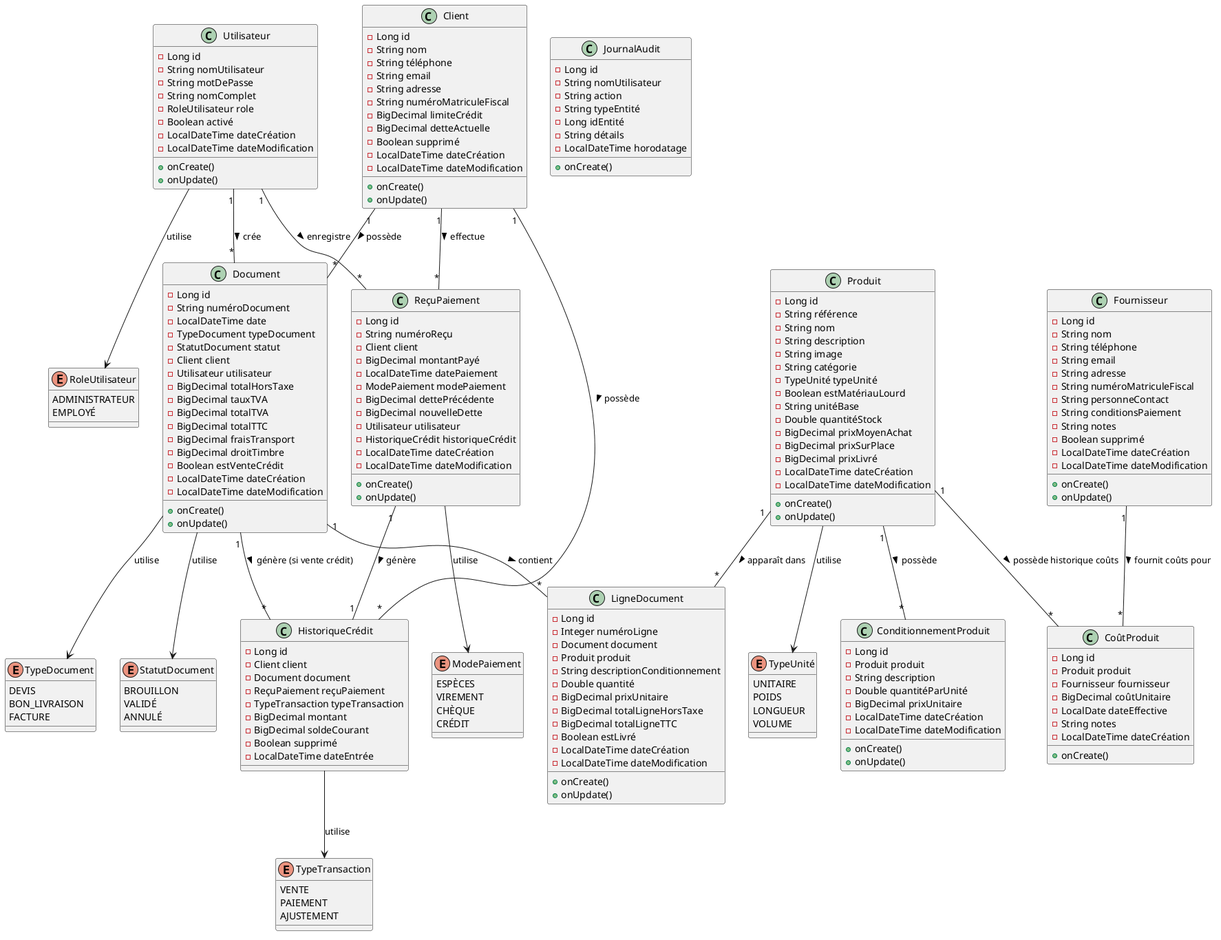
This is docs/images/Diagramme-Classes-Magasin-Materiaux.png from mAmineChniti/hardware_store, a PlantUML export, as it was before one commit. The source it was exported from:
```plantuml
@startuml Diagramme de Classes - Magasin de Matériaux


enum RoleUtilisateur {
  ADMINISTRATEUR
  EMPLOYÉ
}

enum TypeUnité {
  UNITAIRE
  POIDS
  LONGUEUR
  VOLUME
}

enum TypeDocument {
  DEVIS
  BON_LIVRAISON
  FACTURE
}

enum StatutDocument {
  BROUILLON
  VALIDÉ
  ANNULÉ
}

enum ModePaiement {
  ESPÈCES
  VIREMENT
  CHÈQUE
  CRÉDIT
}

enum TypeTransaction {
  VENTE
  PAIEMENT
  AJUSTEMENT
}


class Utilisateur {
  - Long id
  - String nomUtilisateur
  - String motDePasse
  - String nomComplet
  - RoleUtilisateur role
  - Boolean activé
  - LocalDateTime dateCréation
  - LocalDateTime dateModification
  + onCreate()
  + onUpdate()
}

class Client {
  - Long id
  - String nom
  - String téléphone
  - String email
  - String adresse
  - String numéroMatriculeFiscal
  - BigDecimal limiteCrédit
  - BigDecimal detteActuelle
  - Boolean supprimé
  - LocalDateTime dateCréation
  - LocalDateTime dateModification
  + onCreate()
  + onUpdate()
}

class Fournisseur {
  - Long id
  - String nom
  - String téléphone
  - String email
  - String adresse
  - String numéroMatriculeFiscal
  - String personneContact
  - String conditionsPaiement
  - String notes
  - Boolean supprimé
  - LocalDateTime dateCréation
  - LocalDateTime dateModification
  + onCreate()
  + onUpdate()
}

class Produit {
  - Long id
  - String référence
  - String nom
  - String description
  - String image
  - String catégorie
  - TypeUnité typeUnité
  - Boolean estMatériauLourd
  - String unitéBase
  - Double quantitéStock
  - BigDecimal prixMoyenAchat
  - BigDecimal prixSurPlace
  - BigDecimal prixLivré
  - LocalDateTime dateCréation
  - LocalDateTime dateModification
  + onCreate()
  + onUpdate()
}

class ConditionnementProduit {
  - Long id
  - Produit produit
  - String description
  - Double quantitéParUnité
  - BigDecimal prixUnitaire
  - LocalDateTime dateCréation
  - LocalDateTime dateModification
  + onCreate()
  + onUpdate()
}

class CoûtProduit {
  - Long id
  - Produit produit
  - Fournisseur fournisseur
  - BigDecimal coûtUnitaire
  - LocalDate dateEffective
  - String notes
  - LocalDateTime dateCréation
  + onCreate()
}

class Document {
  - Long id
  - String numéroDocument
  - LocalDateTime date
  - TypeDocument typeDocument
  - StatutDocument statut
  - Client client
  - Utilisateur utilisateur
  - BigDecimal totalHorsTaxe
  - BigDecimal tauxTVA
  - BigDecimal totalTVA
  - BigDecimal totalTTC
  - BigDecimal fraisTransport
  - BigDecimal droitTimbre
  - Boolean estVenteCrédit
  - LocalDateTime dateCréation
  - LocalDateTime dateModification
  + onCreate()
  + onUpdate()
}

class LigneDocument {
  - Long id
  - Integer numéroLigne
  - Document document
  - Produit produit
  - String descriptionConditionnement
  - Double quantité
  - BigDecimal prixUnitaire
  - BigDecimal totalLigneHorsTaxe
  - BigDecimal totalLigneTTC
  - Boolean estLivré
  - LocalDateTime dateCréation
  - LocalDateTime dateModification
  + onCreate()
  + onUpdate()
}

class ReçuPaiement {
  - Long id
  - String numéroReçu
  - Client client
  - BigDecimal montantPayé
  - LocalDateTime datePaiement
  - ModePaiement modePaiement
  - BigDecimal dettePrécédente
  - BigDecimal nouvelleDette
  - Utilisateur utilisateur
  - HistoriqueCrédit historiqueCrédit
  - LocalDateTime dateCréation
  - LocalDateTime dateModification
  + onCreate()
  + onUpdate()
}

class HistoriqueCrédit {
  - Long id
  - Client client
  - Document document
  - ReçuPaiement reçuPaiement
  - TypeTransaction typeTransaction
  - BigDecimal montant
  - BigDecimal soldeCourant
  - Boolean supprimé
  - LocalDateTime dateEntrée
}

class JournalAudit {
  - Long id
  - String nomUtilisateur
  - String action
  - String typeEntité
  - Long idEntité
  - String détails
  - LocalDateTime horodatage
  + onCreate()
}


Utilisateur --> RoleUtilisateur : utilise
Produit --> TypeUnité : utilise
Document --> TypeDocument : utilise
Document --> StatutDocument : utilise
ReçuPaiement --> ModePaiement : utilise
HistoriqueCrédit --> TypeTransaction : utilise

Utilisateur "1" -- "*" Document : crée >
Utilisateur "1" -- "*" ReçuPaiement : enregistre >

Client "1" -- "*" Document : possède >
Client "1" -- "*" ReçuPaiement : effectue >
Client "1" -- "*" HistoriqueCrédit : possède >

Produit "1" -- "*" ConditionnementProduit : possède >
Produit "1" -- "*" CoûtProduit : possède historique coûts >
Produit "1" -- "*" LigneDocument : apparaît dans >

Fournisseur "1" -- "*" CoûtProduit : fournit coûts pour >

Document "1" -- "*" LigneDocument : contient >
Document "1" -- "*" HistoriqueCrédit : génère (si vente crédit) >

ReçuPaiement "1" -- "1" HistoriqueCrédit : génère >

@enduml
```
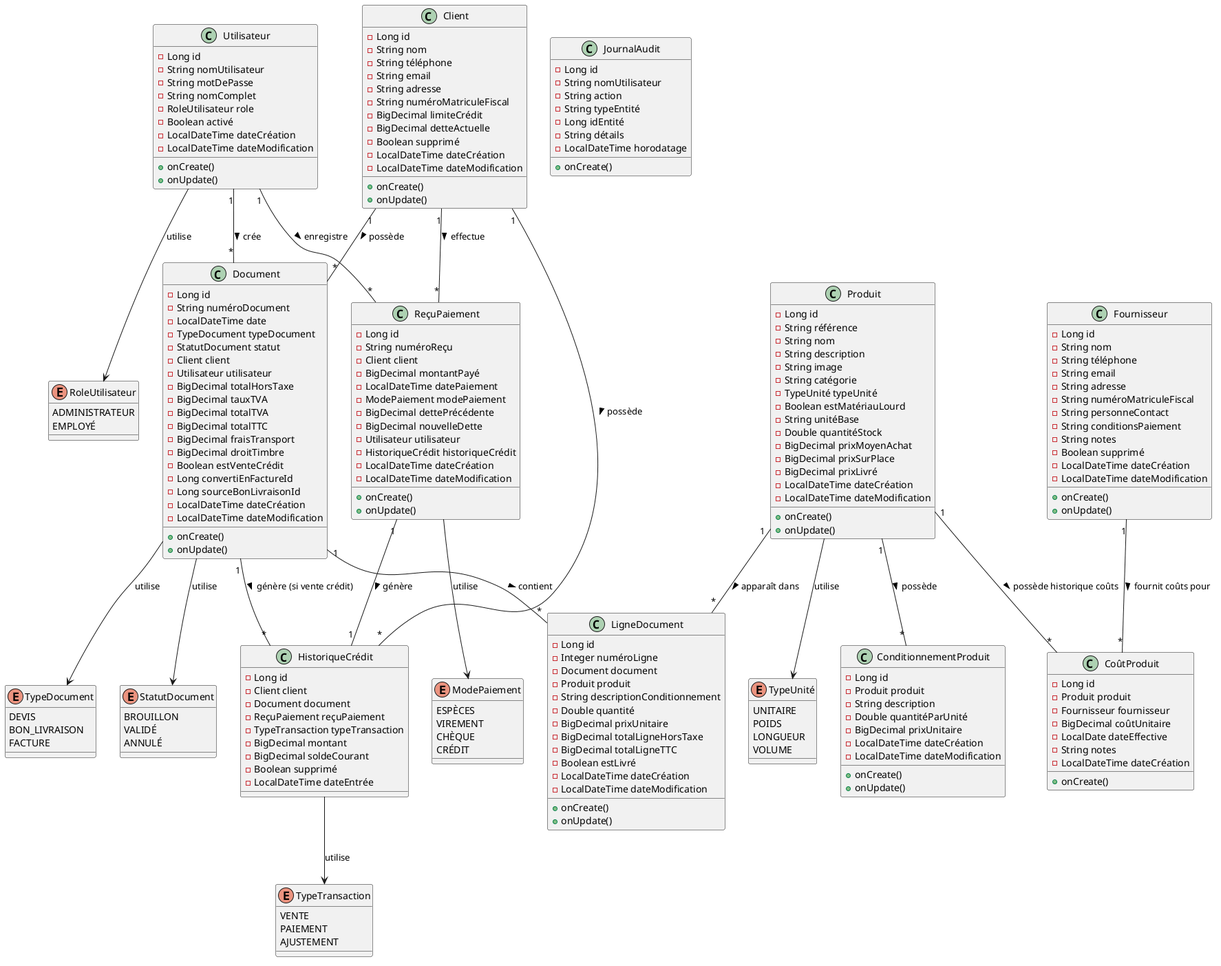
The same file after the commit.

The edit, as a diff of the source:
```diff
@@ -143,6 +143,8 @@
   - BigDecimal fraisTransport
   - BigDecimal droitTimbre
   - Boolean estVenteCrédit
+  - Long convertiEnFactureId
+  - Long sourceBonLivraisonId
   - LocalDateTime dateCréation
   - LocalDateTime dateModification
   + onCreate()
```
